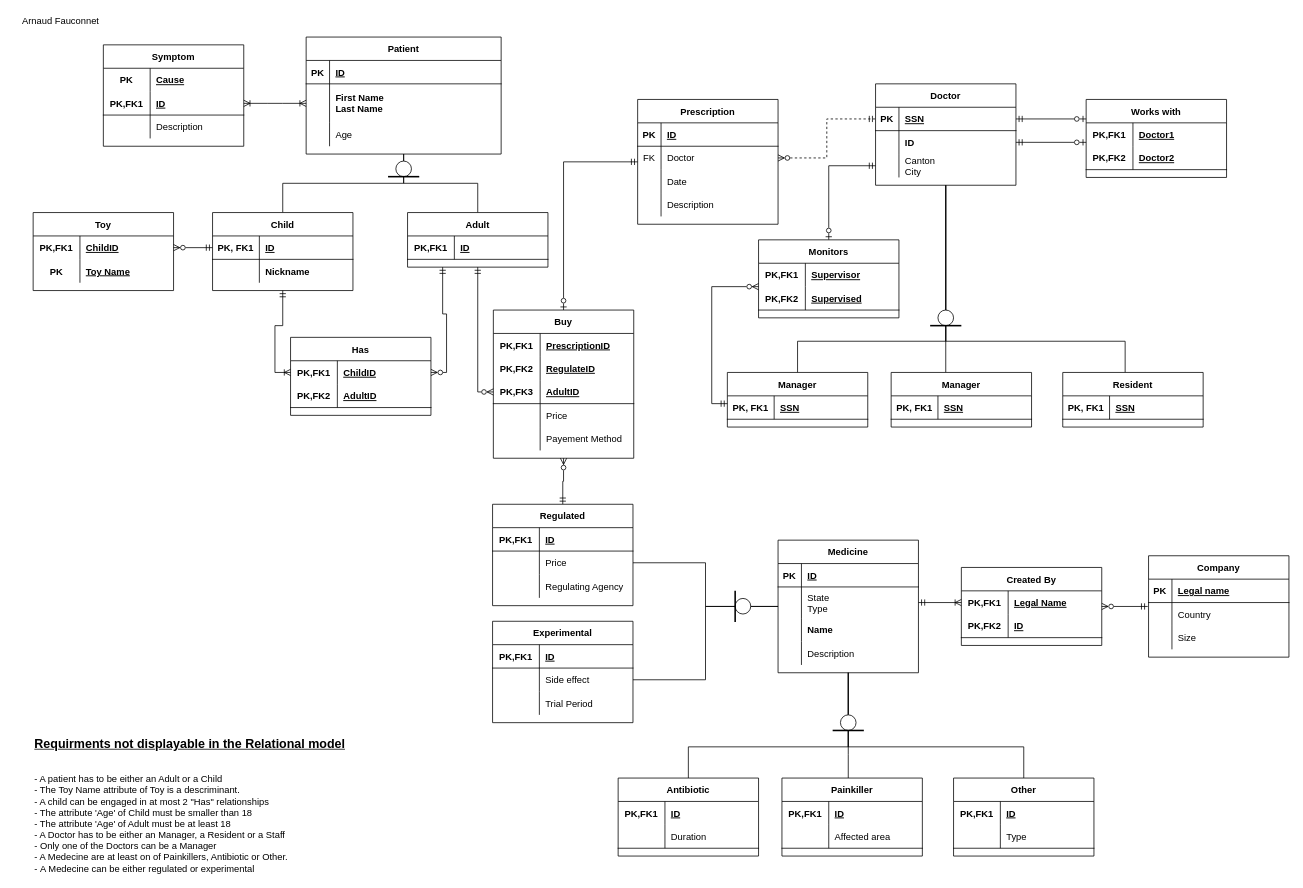
Before: 02.drawio in karma-riuk/DM_Assignments, a draw.io diagram. Source tidied: cells renumbered, new cells numbered last; positions are measured from the earlier drawing's top-left corner, leaving out a move shared by most shapes. Both pictures are drawn from the tidied source at 78%, with x=0, y=0 at pixel (17, 13).
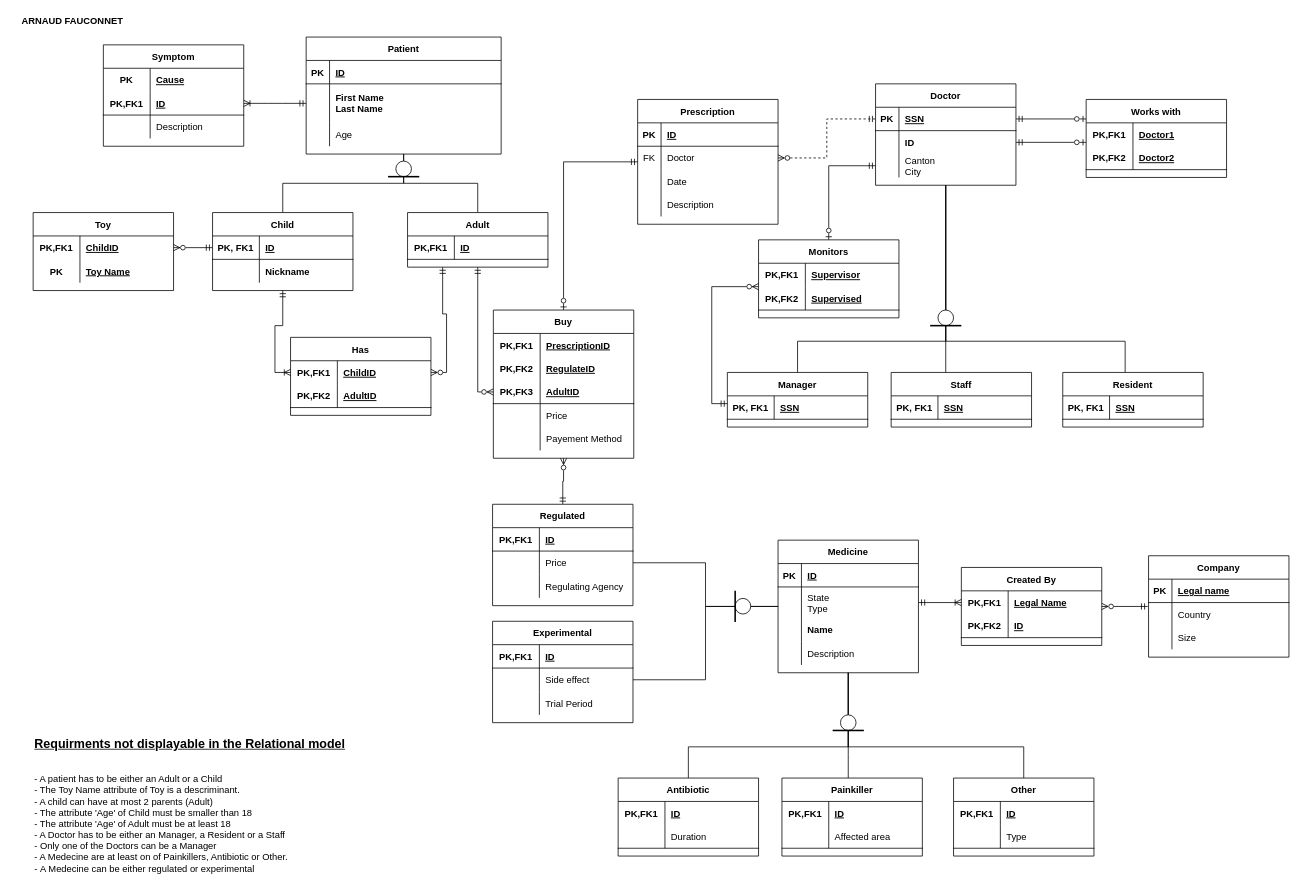
After the change.

Commit message:
I'm fucking done with this shit

Unchanged cells that the change refers to:
```xml
<mxCell id="6" style="shape=partialRectangle;fillColor=none;points=[[0,0.5],[1,0.5]];portConstraint=eastwest;top=0;left=0;right=0;bottom=0;" parent="2" vertex="1">
  <mxGeometry y="60" width="250" height="50" as="geometry" />
</mxCell>
<mxCell id="16" style="shape=tableRow;horizontal=0;startSize=0;swimlaneHead=0;swimlaneBody=0;fillColor=none;points=[[0,0.5],[1,0.5]];portConstraint=eastwest;top=0;left=0;right=0;bottom=1;" parent="12" vertex="1">
  <mxGeometry y="60" width="180" height="30" as="geometry" />
</mxCell>
```

Change to the diagram source:
```diff
@@
-    <mxCell id="22" style="edgeStyle=entityRelationEdgeStyle;fontSize=12;html=1;endArrow=ERoneToMany;endFill=0;rounded=0;entryX=1;entryY=0.5;entryDx=0;entryDy=0;startArrow=ERoneToMany;startFill=0;exitX=0;exitY=0.5;exitDx=0;exitDy=0;" parent="1" edge="1" source="6" target="16">
+    <mxCell id="22" style="edgeStyle=entityRelationEdgeStyle;fontSize=12;html=1;endArrow=ERoneToMany;endFill=0;rounded=0;entryX=1;entryY=0.5;entryDx=0;entryDy=0;startArrow=ERmandOne;startFill=0;exitX=0;exitY=0.5;exitDx=0;exitDy=0;" parent="1" edge="1" source="6" target="16">
       <mxGeometry relative="1" as="geometry" />
     </mxCell>
@@
-    <mxCell id="131" value="Manager" style="shape=table;startSize=30;childLayout=tableLayout;rowLines=0;fontStyle=1;align=center;" parent="1" vertex="1">
+    <mxCell id="131" value="Staff" style="shape=table;startSize=30;childLayout=tableLayout;rowLines=0;fontStyle=1;align=center;" parent="1" vertex="1">
       <mxGeometry x="1120" y="460" width="180" height="70" as="geometry" />
     </mxCell>
@@
-    <mxCell id="177" value="Arnaud Fauconnet" style="text;html=1;align=center;verticalAlign=middle;fillColor=none;strokeColor=none;rounded=0;" parent="1" vertex="1">
-      <mxGeometry width="110" height="20" as="geometry" />
+    <mxCell id="177" value="ARNAUD FAUCONNET" style="text;html=1;align=center;verticalAlign=middle;fillColor=none;strokeColor=none;rounded=0;fontStyle=1;" parent="1" vertex="1">
+      <mxGeometry x="-5" width="150" height="20" as="geometry" />
     </mxCell>
@@
-    <mxCell id="216" value="&lt;b style=&quot;font-size: 16px&quot;&gt;&lt;u&gt;Requirments not displayable in the Relational model&lt;br&gt;&lt;/u&gt;&lt;/b&gt;&lt;br&gt;&lt;br&gt;- A patient has to be either an Adult or a Child&lt;br&gt;- The Toy Name attribute of Toy is a descriminant.&lt;br&gt;- A child can be engaged in at most 2 &quot;Has&quot; relationships&lt;br&gt;- The attribute 'Age' of Child must be smaller than 18&lt;br&gt;- The attribute 'Age' of Adult must be at least 18&lt;br&gt;- A Doctor has to be either an Manager, a Resident or a Staff&lt;br&gt;- Only one of the Doctors can be a Manager&lt;br&gt;- A Medecine are at least on of Painkillers, Antibiotic or Other.&lt;br&gt;-&amp;nbsp;A Medecine can be either regulated or experimental" style="text;html=1;align=left;verticalAlign=middle;fillColor=none;strokeColor=none;rounded=0;" parent="1" vertex="1">
+    <mxCell id="216" value="&lt;b style=&quot;font-size: 16px&quot;&gt;&lt;u&gt;Requirments not displayable in the Relational model&lt;br&gt;&lt;/u&gt;&lt;/b&gt;&lt;br&gt;&lt;br&gt;- A patient has to be either an Adult or a Child&lt;br&gt;- The Toy Name attribute of Toy is a descriminant.&lt;br&gt;- A child can have at most 2 parents (Adult)&lt;br&gt;- The attribute 'Age' of Child must be smaller than 18&lt;br&gt;- The attribute 'Age' of Adult must be at least 18&lt;br&gt;- A Doctor has to be either an Manager, a Resident or a Staff&lt;br&gt;- Only one of the Doctors can be a Manager&lt;br&gt;- A Medecine are at least on of Painkillers, Antibiotic or Other.&lt;br&gt;-&amp;nbsp;A Medecine can be either regulated or experimental" style="text;html=1;align=left;verticalAlign=middle;fillColor=none;strokeColor=none;rounded=0;" parent="1" vertex="1">
       <mxGeometry x="20" y="930" width="410" height="170" as="geometry" />
     </mxCell>
```
